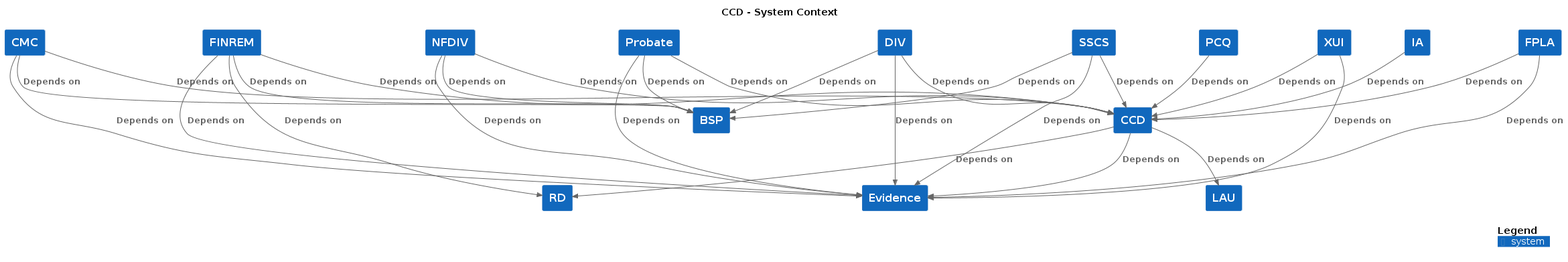
hmcts/cnp-api-docs keeps this PlantUML diagram as docs/c4/ccd/images/structurizr-ccd-context.png. Above is the earlier version.
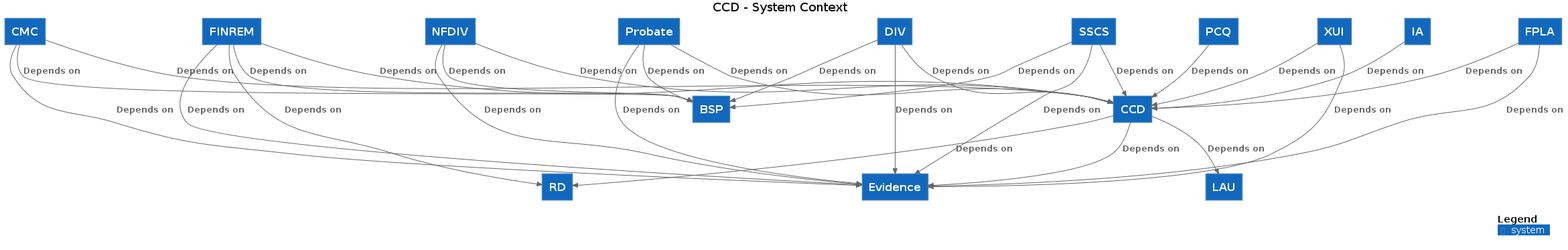
Later version of the same file.

Change to the diagram source:
```diff
@@ -3,53 +3,53 @@
 
 top to bottom direction
 
-!include https://raw.githubusercontent.com/plantuml-stdlib/C4-PlantUML/master/C4.puml
-!include https://raw.githubusercontent.com/plantuml-stdlib/C4-PlantUML/master/C4_Context.puml
+!includeurl https://raw.githubusercontent.com/plantuml-stdlib/C4-PlantUML/master/C4.puml
+!includeurl https://raw.githubusercontent.com/plantuml-stdlib/C4-PlantUML/master/C4_Context.puml
 
-System(RD, "RD", "", $tags="")
-System(NFDIV, "NFDIV", "", $tags="")
-System(PCQ, "PCQ", "", $tags="")
-System(LAU, "LAU", "", $tags="")
-System(CCD, "CCD", "", $tags="")
-System(Evidence, "Evidence", "", $tags="")
-System(BSP, "BSP", "", $tags="")
-System(XUI, "XUI", "", $tags="")
-System(CMC, "CMC", "", $tags="")
-System(DIV, "DIV", "", $tags="")
-System(FINREM, "FINREM", "", $tags="")
-System(Probate, "Probate", "", $tags="")
-System(SSCS, "SSCS", "", $tags="")
-System(IA, "IA", "", $tags="")
-System(FPLA, "FPLA", "", $tags="")
+System(RD, "RD", "")
+System(NFDIV, "NFDIV", "")
+System(PCQ, "PCQ", "")
+System(LAU, "LAU", "")
+System(CCD, "CCD", "")
+System(Evidence, "Evidence", "")
+System(BSP, "BSP", "")
+System(XUI, "XUI", "")
+System(CMC, "CMC", "")
+System(DIV, "DIV", "")
+System(FINREM, "FINREM", "")
+System(Probate, "Probate", "")
+System(SSCS, "SSCS", "")
+System(IA, "IA", "")
+System(FPLA, "FPLA", "")
 
-Rel_D(CCD, Evidence, "Depends on", $tags="")
-Rel_D(CCD, LAU, "Depends on", $tags="")
-Rel_D(CCD, RD, "Depends on", $tags="")
-Rel_D(XUI, Evidence, "Depends on", $tags="")
-Rel_D(XUI, CCD, "Depends on", $tags="")
-Rel_D(CMC, CCD, "Depends on", $tags="")
-Rel_D(CMC, Evidence, "Depends on", $tags="")
-Rel_D(CMC, BSP, "Depends on", $tags="")
-Rel_D(DIV, Evidence, "Depends on", $tags="")
-Rel_D(DIV, CCD, "Depends on", $tags="")
-Rel_D(DIV, BSP, "Depends on", $tags="")
-Rel_D(FINREM, CCD, "Depends on", $tags="")
-Rel_D(FINREM, BSP, "Depends on", $tags="")
-Rel_D(FINREM, Evidence, "Depends on", $tags="")
-Rel_D(FINREM, RD, "Depends on", $tags="")
-Rel_D(Probate, CCD, "Depends on", $tags="")
-Rel_D(Probate, Evidence, "Depends on", $tags="")
-Rel_D(Probate, BSP, "Depends on", $tags="")
-Rel_D(SSCS, CCD, "Depends on", $tags="")
-Rel_D(SSCS, Evidence, "Depends on", $tags="")
-Rel_D(SSCS, BSP, "Depends on", $tags="")
-Rel_D(IA, CCD, "Depends on", $tags="")
-Rel_D(FPLA, Evidence, "Depends on", $tags="")
-Rel_D(FPLA, CCD, "Depends on", $tags="")
-Rel_D(NFDIV, CCD, "Depends on", $tags="")
-Rel_D(NFDIV, Evidence, "Depends on", $tags="")
-Rel_D(NFDIV, BSP, "Depends on", $tags="")
-Rel_D(PCQ, CCD, "Depends on", $tags="")
+Rel_D(CCD, Evidence, "Depends on")
+Rel_D(CCD, LAU, "Depends on")
+Rel_D(CCD, RD, "Depends on")
+Rel_D(XUI, Evidence, "Depends on")
+Rel_D(XUI, CCD, "Depends on")
+Rel_D(CMC, CCD, "Depends on")
+Rel_D(CMC, Evidence, "Depends on")
+Rel_D(CMC, BSP, "Depends on")
+Rel_D(DIV, Evidence, "Depends on")
+Rel_D(DIV, CCD, "Depends on")
+Rel_D(DIV, BSP, "Depends on")
+Rel_D(FINREM, CCD, "Depends on")
+Rel_D(FINREM, BSP, "Depends on")
+Rel_D(FINREM, Evidence, "Depends on")
+Rel_D(FINREM, RD, "Depends on")
+Rel_D(Probate, CCD, "Depends on")
+Rel_D(Probate, Evidence, "Depends on")
+Rel_D(Probate, BSP, "Depends on")
+Rel_D(SSCS, CCD, "Depends on")
+Rel_D(SSCS, Evidence, "Depends on")
+Rel_D(SSCS, BSP, "Depends on")
+Rel_D(IA, CCD, "Depends on")
+Rel_D(FPLA, Evidence, "Depends on")
+Rel_D(FPLA, CCD, "Depends on")
+Rel_D(NFDIV, CCD, "Depends on")
+Rel_D(NFDIV, Evidence, "Depends on")
+Rel_D(NFDIV, BSP, "Depends on")
+Rel_D(PCQ, CCD, "Depends on")
 
 SHOW_DYNAMIC_LEGEND()
 @enduml
```
